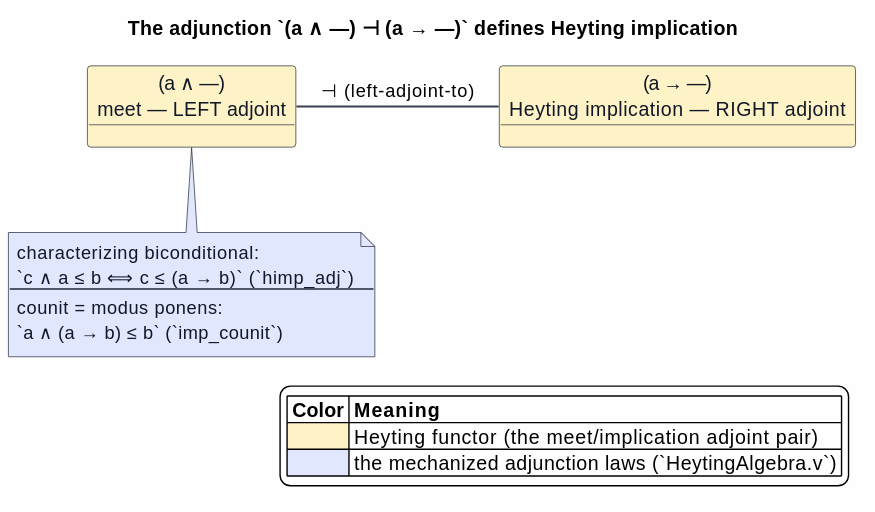
F1R3FLY-io/mettail-rust keeps this PlantUML diagram as docs/architecture/semantic-predicates/figures/12-adjunction.svg. Above is the earlier version.
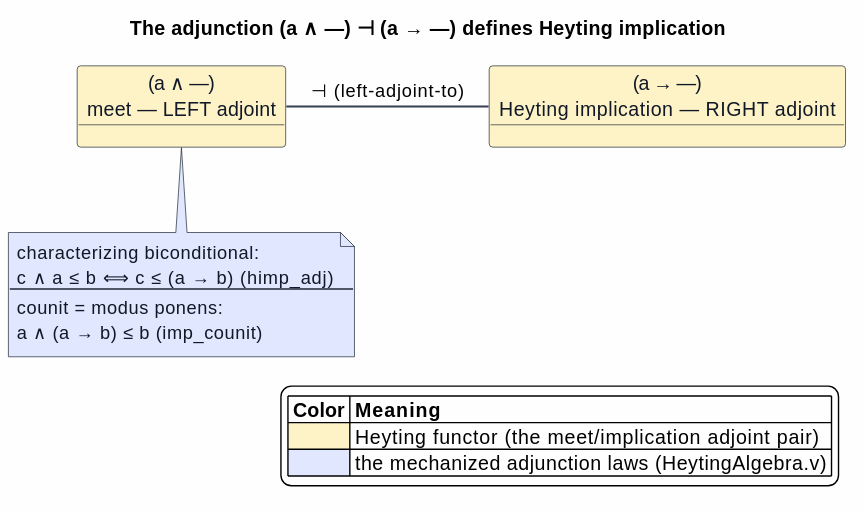
After the change.

What changed in the source:
```diff
@@ -12,7 +12,7 @@
   FontColor #111827
 }
 
-title The adjunction `(a ∧ —) ⊣ (a → —)` defines Heyting implication
+title The adjunction (a ∧ —) ⊣ (a → —) defines Heyting implication
 
 object "(a ∧ —)\nmeet — LEFT adjoint" as Meet #FEF3C7
 object "(a → —)\nHeyting implication — RIGHT adjoint" as Imp #FEF3C7
@@ -21,15 +21,15 @@
 
 note bottom of Meet #E0E7FF
   characterizing biconditional:
-  `c ∧ a ≤ b  ⟺  c ≤ (a → b)`   (`himp_adj`)
+  c ∧ a ≤ b  ⟺  c ≤ (a → b)   (himp_adj)
   ----
   counit = modus ponens:
-  `a ∧ (a → b) ≤ b`   (`imp_counit`)
+  a ∧ (a → b) ≤ b   (imp_counit)
 end note
 
 legend right
 |= Color |= Meaning |
 |<#FEF3C7> | Heyting functor (the meet/implication adjoint pair) |
-|<#E0E7FF> | the mechanized adjunction laws (`HeytingAlgebra.v`) |
+|<#E0E7FF> | the mechanized adjunction laws (HeytingAlgebra.v) |
 endlegend
 @enduml
```
